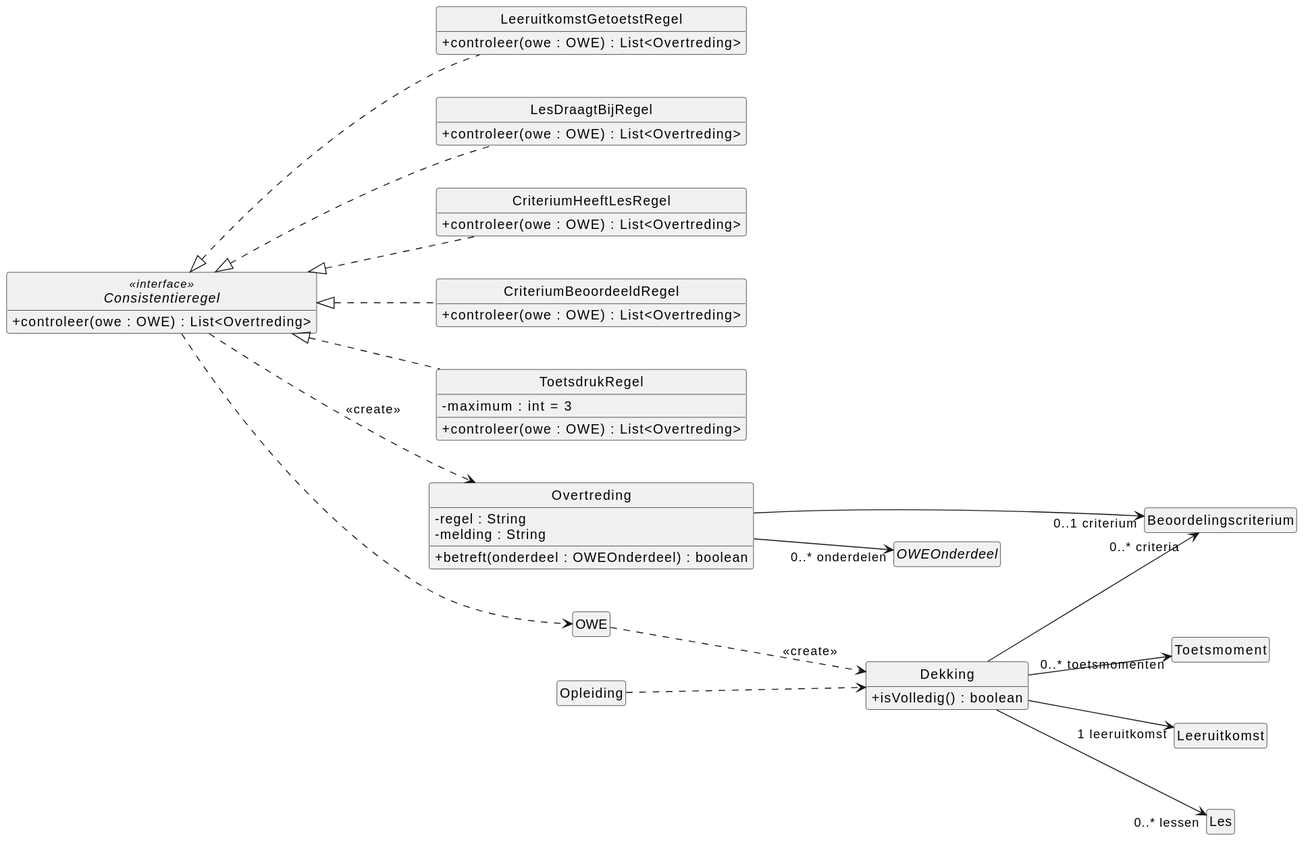
HAN-Craftsmanship-KL-JJG/casus keeps this PlantUML diagram as docs/diagrams/klassendiagram-controle.svg. Above is the earlier version. Its diagram source:
```plantuml
@startuml
skinparam style strictuml
skinparam shadowing false
skinparam defaultFontName Helvetica
skinparam classAttributeIconSize 0
hide empty members
left to right direction
skinparam nodesep 45

interface Consistentieregel <<interface>> {
  + controleer(owe : OWE) : List<Overtreding>
}

class LeeruitkomstGetoetstRegel {
  + controleer(owe : OWE) : List<Overtreding>
}
class LesDraagtBijRegel {
  + controleer(owe : OWE) : List<Overtreding>
}
class CriteriumHeeftLesRegel {
  + controleer(owe : OWE) : List<Overtreding>
}
class CriteriumBeoordeeldRegel {
  + controleer(owe : OWE) : List<Overtreding>
}
class ToetsdrukRegel {
  - maximum : int = 3
  + controleer(owe : OWE) : List<Overtreding>
}

class Overtreding {
  - regel : String
  - melding : String
  + betreft(onderdeel : OWEOnderdeel) : boolean
}

class Dekking {
  + isVolledig() : boolean
}

class OWE
class Opleiding
class Leeruitkomst
class Beoordelingscriterium
class Les
class Toetsmoment
abstract class OWEOnderdeel

Consistentieregel <|.. LeeruitkomstGetoetstRegel
Consistentieregel <|.. LesDraagtBijRegel
Consistentieregel <|.. CriteriumHeeftLesRegel
Consistentieregel <|.. CriteriumBeoordeeldRegel
Consistentieregel <|.. ToetsdrukRegel

Consistentieregel ..> OWE
Consistentieregel ..> Overtreding : <<create>>
Overtreding --> "0..* onderdelen" OWEOnderdeel
Overtreding --> "0..1 criterium" Beoordelingscriterium

Opleiding ..> Dekking
OWE ..> Dekking : <<create>>
Dekking ---> "1 leeruitkomst" Leeruitkomst
Dekking ---> "0..* criteria" Beoordelingscriterium
Dekking ---> "0..* toetsmomenten" Toetsmoment
Dekking ---> "0..* lessen" Les
@enduml
```
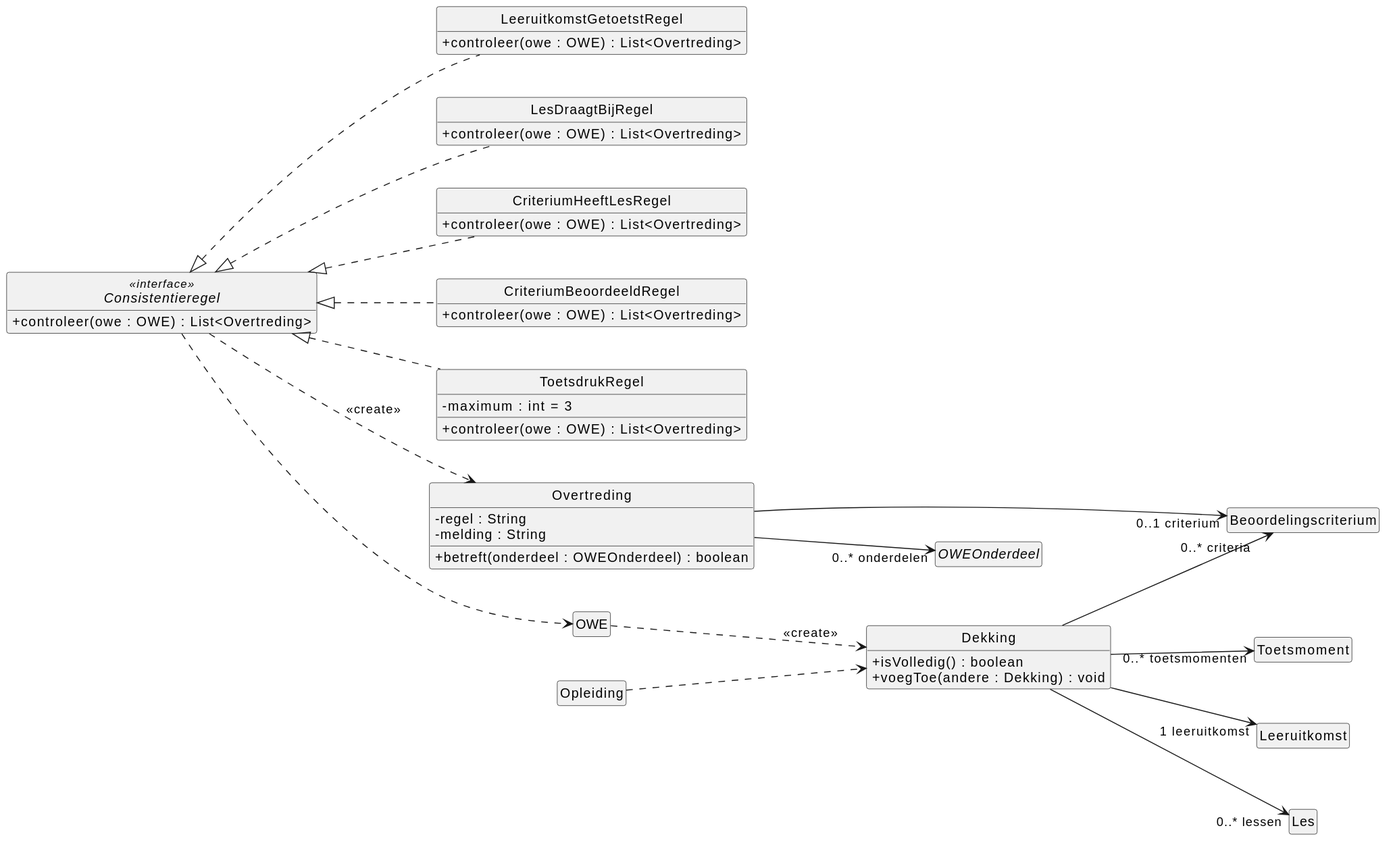
Later version of the same file.

What changed in the source:
```diff
@@ -36,6 +36,7 @@
 
 class Dekking {
   + isVolledig() : boolean
+  + voegToe(andere : Dekking) : void
 }
 
 class OWE
```
